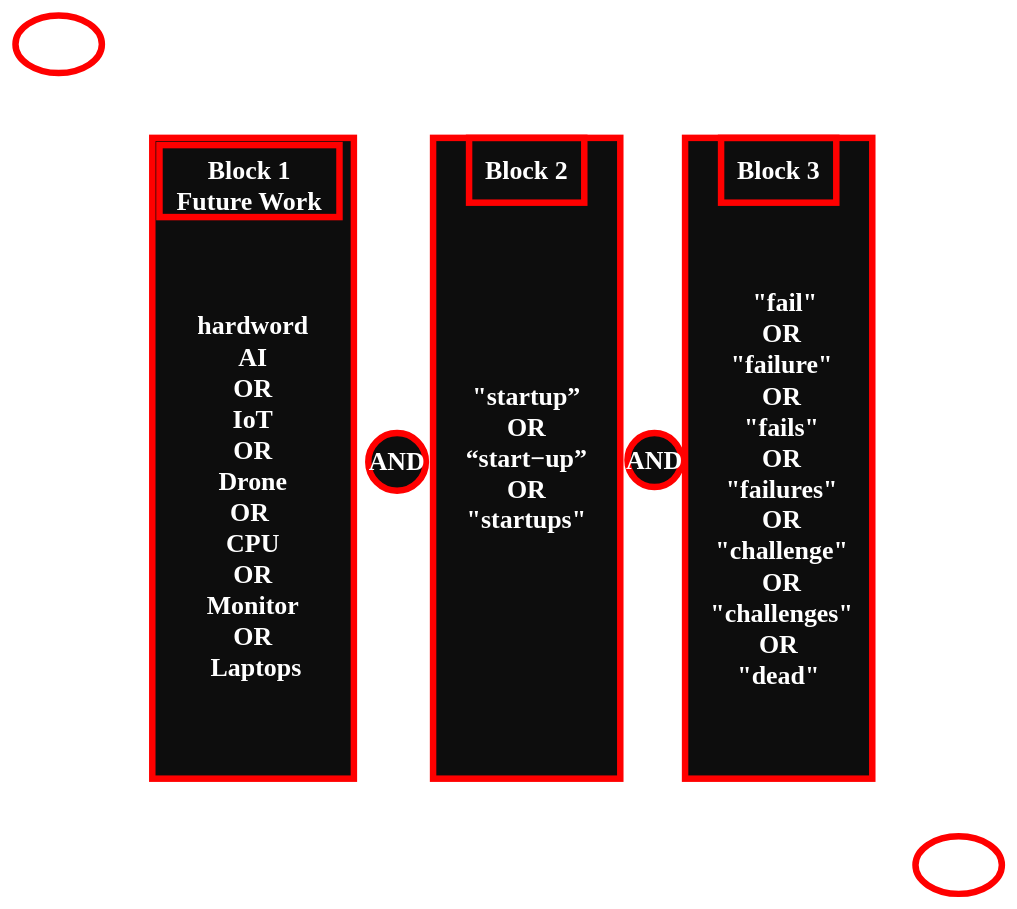
HeiderJeffer/Gilgamesh keeps this draw.io diagram as page "Copy of Page-1" (2 of 2) of Diagrams/keyword logic.drawio. Above is the earlier version. Source tidied: cells renumbered, new cells numbered last; positions are measured from the earlier drawing's top-left corner, leaving out a move shared by most shapes. Both pictures are drawn from the tidied source at 72%, with x=0, y=0 at pixel (15, 15).
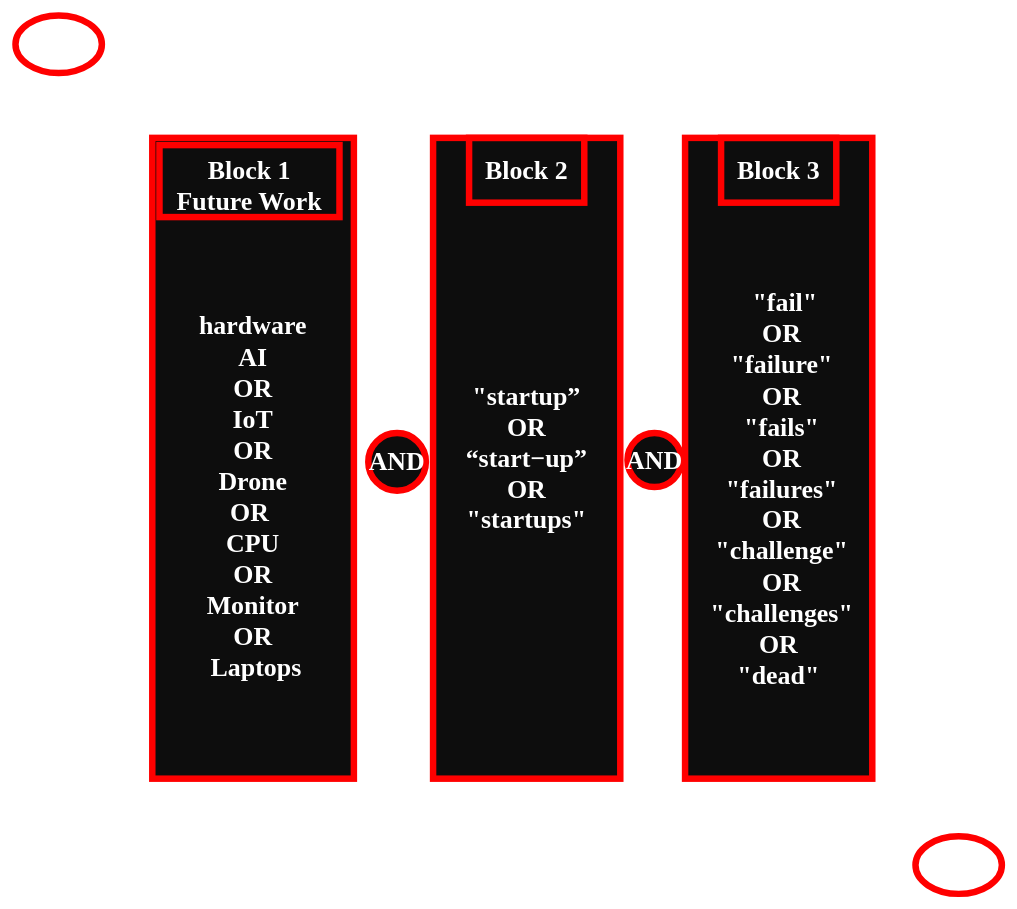
After the change.

Change to the diagram source:
```diff
@@
 <mxGraphModel>
   <root>
     <mxCell id="0" />
     <mxCell id="1" parent="0" />
     <mxCell id="2" value="&lt;font style=&quot;font-size: 36px&quot; face=&quot;Times New Roman&quot; color=&quot;#ffffff&quot;&gt;&lt;b&gt;AND&lt;/b&gt;&lt;/font&gt;" style="ellipse;whiteSpace=wrap;html=1;fillColor=#0D0D0D;fontColor=#000000;strokeColor=#FF0000;strokeWidth=9;" parent="1" vertex="1">
       <mxGeometry x="490" y="580" width="80" height="80" as="geometry" />
     </mxCell>
     <mxCell id="3" value="&lt;font style=&quot;font-size: 36px&quot; face=&quot;Times New Roman&quot; color=&quot;#ffffff&quot;&gt;&lt;b&gt;AND&lt;/b&gt;&lt;/font&gt;" style="ellipse;whiteSpace=wrap;html=1;fillColor=#0D0D0D;fontColor=#000000;strokeColor=#FF0000;strokeWidth=9;" parent="1" vertex="1">
       <mxGeometry x="850" y="580" width="75" height="75" as="geometry" />
     </mxCell>
     <mxCell id="4" value="&lt;b&gt;&lt;font face=&quot;Times New Roman&quot; style=&quot;font-size: 36px&quot;&gt;&lt;br&gt;&lt;br&gt;&amp;nbsp; &quot;fail&quot;&lt;br&gt;&amp;nbsp;OR&lt;br&gt;&amp;nbsp;&quot;failure&quot;&lt;br&gt;&amp;nbsp;OR&lt;br&gt;&amp;nbsp;&quot;fails&quot;&lt;br&gt;&amp;nbsp;OR&lt;br&gt;&amp;nbsp;&quot;failures&quot;&lt;br&gt;&amp;nbsp;OR&lt;br&gt;&amp;nbsp;&quot;challenge&quot;&lt;br&gt;&amp;nbsp;OR&lt;br&gt;&amp;nbsp;&quot;challenges&quot;&lt;br&gt;OR&lt;br&gt;&quot;dead&quot;&lt;/font&gt;&lt;/b&gt;" style="rounded=0;whiteSpace=wrap;html=1;fontSize=18;align=center;fillColor=#0D0D0D;fontColor=#ffffff;strokeColor=#FF0000;strokeWidth=9;" parent="1" vertex="1">
       <mxGeometry x="930" y="170" width="260" height="890" as="geometry" />
     </mxCell>
     <mxCell id="5" value="&lt;font face=&quot;Times New Roman&quot; style=&quot;font-size: 36px&quot; color=&quot;#ffffff&quot;&gt;&lt;b&gt;&quot;startup”&lt;br&gt;OR&lt;br&gt;“start−up”&lt;br&gt;OR&lt;br&gt;&quot;startups&quot;&lt;/b&gt;&lt;/font&gt;" style="rounded=0;whiteSpace=wrap;html=1;fontSize=18;align=center;fillColor=#0D0D0D;fontColor=#ffffff;strokeColor=#FF0000;strokeWidth=9;" parent="1" vertex="1">
       <mxGeometry x="580" y="170" width="260" height="890" as="geometry" />
     </mxCell>
-    <mxCell id="6" value="&lt;font face=&quot;Times New Roman&quot;&gt;&lt;b style=&quot;font-size: 36px&quot;&gt;&lt;br&gt;&lt;br&gt;&lt;br&gt;hardword&lt;/b&gt;&lt;br&gt;&lt;div&gt;&lt;span style=&quot;font-size: 36px&quot;&gt;&lt;b&gt;AI&lt;/b&gt;&lt;/span&gt;&lt;/div&gt;&lt;div&gt;&lt;span style=&quot;font-size: 36px&quot;&gt;&lt;b&gt;OR&lt;/b&gt;&lt;/span&gt;&lt;/div&gt;&lt;div&gt;&lt;span style=&quot;font-size: 36px&quot;&gt;&lt;b&gt;IoT&lt;/b&gt;&lt;/span&gt;&lt;/div&gt;&lt;div&gt;&lt;span style=&quot;font-size: 36px&quot;&gt;&lt;b&gt;OR&lt;/b&gt;&lt;/span&gt;&lt;/div&gt;&lt;div&gt;&lt;span style=&quot;font-size: 36px&quot;&gt;&lt;b&gt;Drone&lt;/b&gt;&lt;/span&gt;&lt;/div&gt;&lt;div&gt;&lt;span style=&quot;font-size: 36px&quot;&gt;&lt;b&gt;OR&lt;/b&gt;&lt;/span&gt;&lt;b style=&quot;font-size: 36px&quot;&gt;&amp;nbsp;&lt;/b&gt;&lt;/div&gt;&lt;div&gt;&lt;span style=&quot;font-size: 36px&quot;&gt;&lt;b&gt;CPU&lt;/b&gt;&lt;/span&gt;&lt;/div&gt;&lt;div&gt;&lt;span style=&quot;font-size: 36px&quot;&gt;&lt;b&gt;OR&lt;/b&gt;&lt;/span&gt;&lt;/div&gt;&lt;div&gt;&lt;b style=&quot;font-size: 36px&quot;&gt;Monitor&lt;/b&gt;&lt;br&gt;&lt;/div&gt;&lt;div&gt;&lt;span style=&quot;font-size: 36px&quot;&gt;&lt;b&gt;OR&lt;/b&gt;&lt;/span&gt;&lt;/div&gt;&lt;div&gt;&lt;span style=&quot;font-size: 36px&quot;&gt;&lt;b&gt;&amp;nbsp;Laptops&lt;/b&gt;&lt;/span&gt;&lt;/div&gt;&lt;div style=&quot;font-weight: bold&quot;&gt;&lt;/div&gt;&lt;br&gt;&lt;/font&gt;" style="rounded=0;whiteSpace=wrap;html=1;fontSize=18;align=center;fillColor=#0D0D0D;strokeColor=#FF0000;fontColor=#ffffff;strokeWidth=9;" parent="1" vertex="1">
+    <mxCell id="6" value="&lt;font face=&quot;Times New Roman&quot;&gt;&lt;b style=&quot;font-size: 36px&quot;&gt;&lt;br&gt;&lt;br&gt;&lt;br&gt;hardware&lt;/b&gt;&lt;br&gt;&lt;div&gt;&lt;span style=&quot;font-size: 36px&quot;&gt;&lt;b&gt;AI&lt;/b&gt;&lt;/span&gt;&lt;/div&gt;&lt;div&gt;&lt;span style=&quot;font-size: 36px&quot;&gt;&lt;b&gt;OR&lt;/b&gt;&lt;/span&gt;&lt;/div&gt;&lt;div&gt;&lt;span style=&quot;font-size: 36px&quot;&gt;&lt;b&gt;IoT&lt;/b&gt;&lt;/span&gt;&lt;/div&gt;&lt;div&gt;&lt;span style=&quot;font-size: 36px&quot;&gt;&lt;b&gt;OR&lt;/b&gt;&lt;/span&gt;&lt;/div&gt;&lt;div&gt;&lt;span style=&quot;font-size: 36px&quot;&gt;&lt;b&gt;Drone&lt;/b&gt;&lt;/span&gt;&lt;/div&gt;&lt;div&gt;&lt;span style=&quot;font-size: 36px&quot;&gt;&lt;b&gt;OR&lt;/b&gt;&lt;/span&gt;&lt;b style=&quot;font-size: 36px&quot;&gt;&amp;nbsp;&lt;/b&gt;&lt;/div&gt;&lt;div&gt;&lt;span style=&quot;font-size: 36px&quot;&gt;&lt;b&gt;CPU&lt;/b&gt;&lt;/span&gt;&lt;/div&gt;&lt;div&gt;&lt;span style=&quot;font-size: 36px&quot;&gt;&lt;b&gt;OR&lt;/b&gt;&lt;/span&gt;&lt;/div&gt;&lt;div&gt;&lt;b style=&quot;font-size: 36px&quot;&gt;Monitor&lt;/b&gt;&lt;br&gt;&lt;/div&gt;&lt;div&gt;&lt;span style=&quot;font-size: 36px&quot;&gt;&lt;b&gt;OR&lt;/b&gt;&lt;/span&gt;&lt;/div&gt;&lt;div&gt;&lt;span style=&quot;font-size: 36px&quot;&gt;&lt;b&gt;&amp;nbsp;Laptops&lt;/b&gt;&lt;/span&gt;&lt;/div&gt;&lt;div style=&quot;font-weight: bold&quot;&gt;&lt;/div&gt;&lt;br&gt;&lt;/font&gt;" style="rounded=0;whiteSpace=wrap;html=1;fontSize=18;align=center;fillColor=#0D0D0D;strokeColor=#FF0000;fontColor=#ffffff;strokeWidth=9;" parent="1" vertex="1">
       <mxGeometry x="190" y="170" width="280" height="890" as="geometry" />
     </mxCell>
     <mxCell id="7" value="&lt;div&gt;&lt;font color=&quot;#ffffff&quot; face=&quot;Times New Roman&quot;&gt;&lt;span style=&quot;font-size: 36px&quot;&gt;&lt;b&gt;&lt;br&gt;&lt;/b&gt;&lt;/span&gt;&lt;/font&gt;&lt;/div&gt;&lt;div&gt;&lt;font color=&quot;#ffffff&quot; face=&quot;Times New Roman&quot;&gt;&lt;span style=&quot;font-size: 36px&quot;&gt;&lt;b&gt;&lt;br&gt;&lt;/b&gt;&lt;/span&gt;&lt;/font&gt;&lt;/div&gt;&lt;div&gt;&lt;font color=&quot;#ffffff&quot; face=&quot;Times New Roman&quot;&gt;&lt;span style=&quot;font-size: 36px&quot;&gt;&lt;b&gt;Block 1&lt;/b&gt;&lt;/span&gt;&lt;/font&gt;&lt;/div&gt;&lt;div&gt;&lt;font color=&quot;#ffffff&quot; face=&quot;Times New Roman&quot;&gt;&lt;span style=&quot;font-size: 36px&quot;&gt;&lt;b&gt;Future Work&lt;/b&gt;&lt;/span&gt;&lt;/font&gt;&lt;/div&gt;&lt;div&gt;&lt;font color=&quot;#ffffff&quot; face=&quot;Times New Roman&quot;&gt;&lt;span style=&quot;font-size: 36px&quot;&gt;&lt;b&gt;&lt;br&gt;&lt;/b&gt;&lt;/span&gt;&lt;/font&gt;&lt;/div&gt;&lt;div&gt;&lt;br&gt;&lt;br&gt;&lt;/div&gt;" style="text;html=1;strokeColor=#FF0000;fillColor=none;align=center;verticalAlign=middle;whiteSpace=wrap;rounded=0;strokeWidth=9;" parent="1" vertex="1">
       <mxGeometry x="200" y="180" width="250" height="100" as="geometry" />
     </mxCell>
     <mxCell id="8" value="&lt;font style=&quot;font-size: 36px&quot; face=&quot;Times New Roman&quot; color=&quot;#ffffff&quot;&gt;&lt;b&gt;Block 2&lt;/b&gt;&lt;/font&gt;" style="text;html=1;strokeColor=#FF0000;fillColor=none;align=center;verticalAlign=middle;whiteSpace=wrap;rounded=0;strokeWidth=9;" parent="1" vertex="1">
       <mxGeometry x="630" y="170" width="160" height="90" as="geometry" />
     </mxCell>
     <mxCell id="9" value="&lt;font style=&quot;font-size: 36px&quot; face=&quot;Times New Roman&quot; color=&quot;#ffffff&quot;&gt;&lt;b&gt;Block 3&lt;/b&gt;&lt;/font&gt;" style="text;html=1;strokeColor=#FF0000;fillColor=none;align=center;verticalAlign=middle;whiteSpace=wrap;rounded=0;strokeWidth=9;" parent="1" vertex="1">
       <mxGeometry x="980" y="170" width="160" height="90" as="geometry" />
     </mxCell>
     <mxCell id="10" style="ellipse;whiteSpace=wrap;html=1;strokeColor=#FF0000;strokeWidth=9;" parent="1" vertex="1">
       <mxGeometry x="1250" y="1140" width="120" height="80" as="geometry" />
     </mxCell>
     <mxCell id="11" style="ellipse;whiteSpace=wrap;html=1;strokeColor=#FF0000;strokeWidth=9;" parent="1" vertex="1">
       <mxGeometry width="120" height="80" as="geometry" />
     </mxCell>
   </root>
 </mxGraphModel>
```
